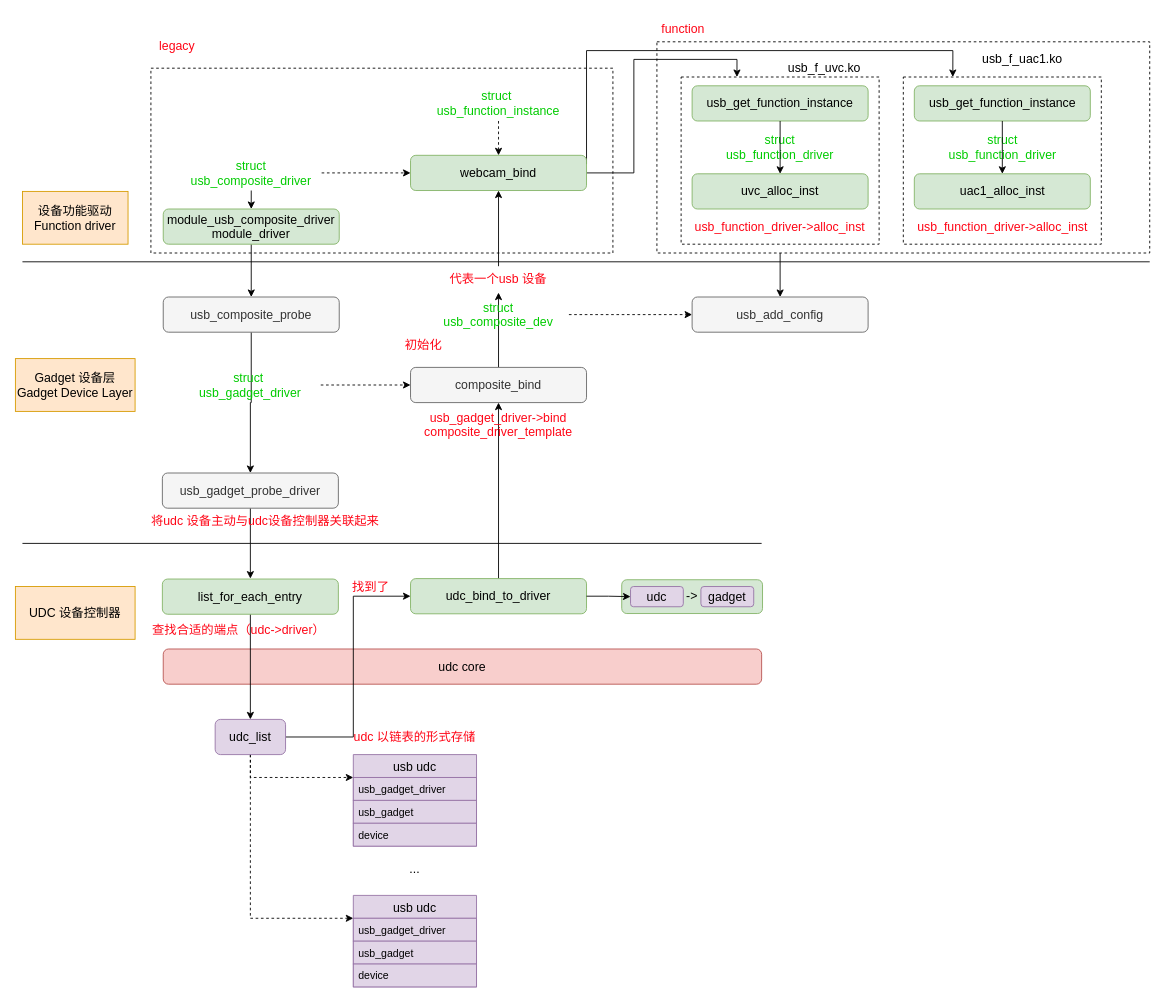
The draw.io diagram USB gadget 驱动框架2.drawio in Vinson-001/Blog-flow-chart, before the edit. Source tidied: cells renumbered, new cells numbered last; positions are measured from the earlier drawing's top-left corner, leaving out a move shared by most shapes. Both pictures are drawn from the tidied source at 88%, with x=0, y=0 at pixel (15, 15).
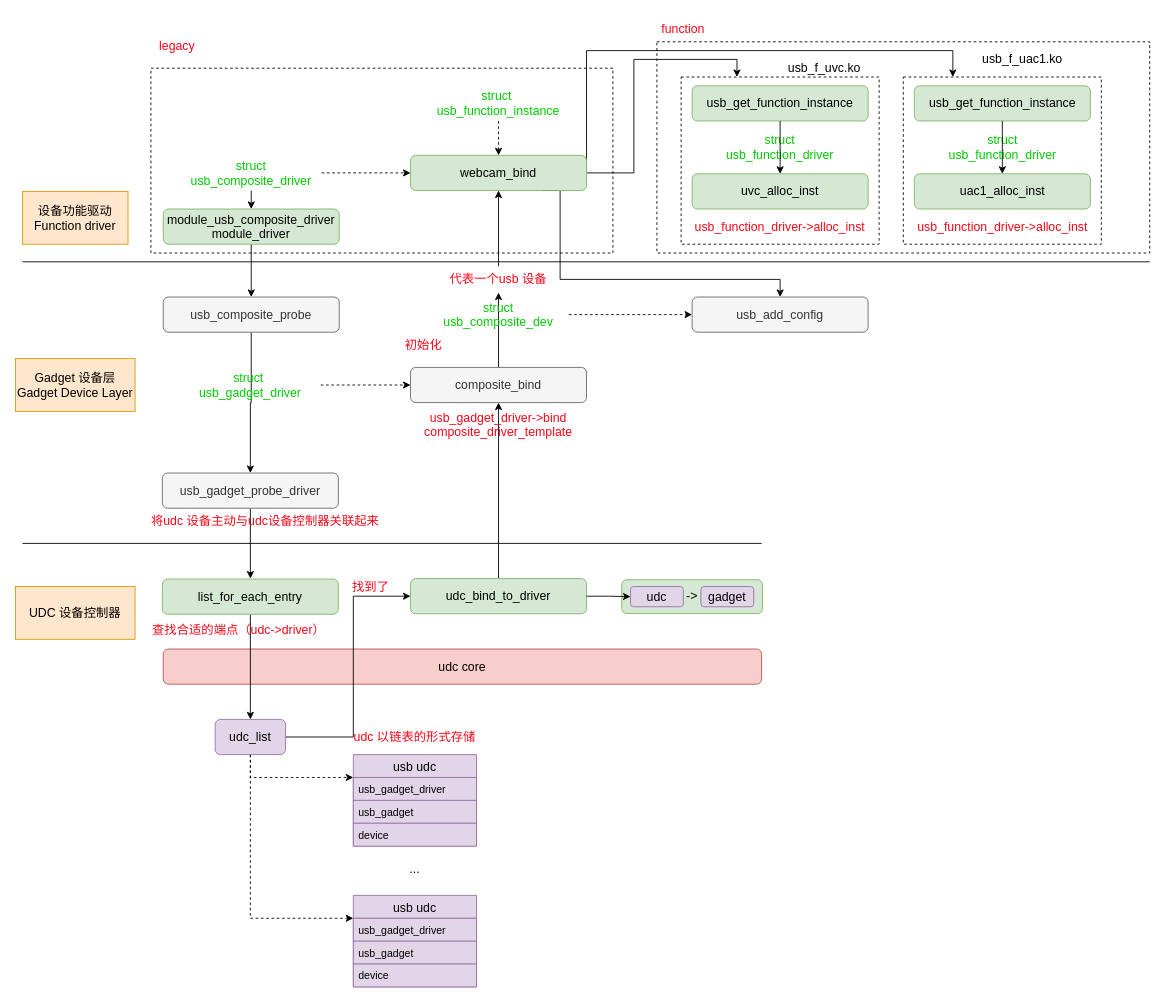
The same page after the edit.

Commit message:
更新USB gadget 驱动框架2.drawio

Unchanged cells that the change refers to:
```xml
<mxCell id="4" style="rounded=0;whiteSpace=wrap;html=1;dashed=1;fontSize=14;fillColor=none;" parent="1" vertex="1">
  <mxGeometry x="729" y="30" width="560" height="240" as="geometry" />
</mxCell>
<mxCell id="59" value="&lt;font&gt;&lt;span style=&quot;font-size: 14px&quot;&gt;webcam_bind&lt;/span&gt;&lt;br&gt;&lt;/font&gt;" style="rounded=1;whiteSpace=wrap;html=1;fillColor=#d5e8d4;strokeColor=#82b366;" parent="1" vertex="1">
  <mxGeometry x="449" y="159" width="200" height="40" as="geometry" />
</mxCell>
<mxCell id="64" value="&lt;font&gt;&lt;span style=&quot;font-size: 14px&quot;&gt;usb_add_config&lt;/span&gt;&lt;br&gt;&lt;/font&gt;" style="rounded=1;whiteSpace=wrap;html=1;fillColor=#f5f5f5;strokeColor=#666666;fontColor=#333333;" parent="1" vertex="1">
  <mxGeometry x="769" y="320" width="200" height="40" as="geometry" />
</mxCell>
```

Change to the diagram source:
```diff
@@
-    <mxCell id="3" style="edgeStyle=orthogonalEdgeStyle;rounded=0;jettySize=auto;html=1;exitX=0.25;exitY=1;exitDx=0;exitDy=0;entryX=0.5;entryY=0;entryDx=0;entryDy=0;fontSize=14;" parent="1" edge="1" source="4" target="64">
-      <mxGeometry relative="1" as="geometry" />
-    </mxCell>
@@
+    <mxCell id="83" style="edgeStyle=orthogonalEdgeStyle;rounded=0;jettySize=auto;html=1;exitX=0.75;exitY=1;exitDx=0;exitDy=0;fontSize=14;" parent="1" edge="1" source="59" target="64">
+      <mxGeometry relative="1" as="geometry">
+        <Array as="points">
+          <mxPoint x="619" y="199" />
+          <mxPoint x="619" y="300" />
+          <mxPoint x="869" y="300" />
+        </Array>
+      </mxGeometry>
+    </mxCell>
```
